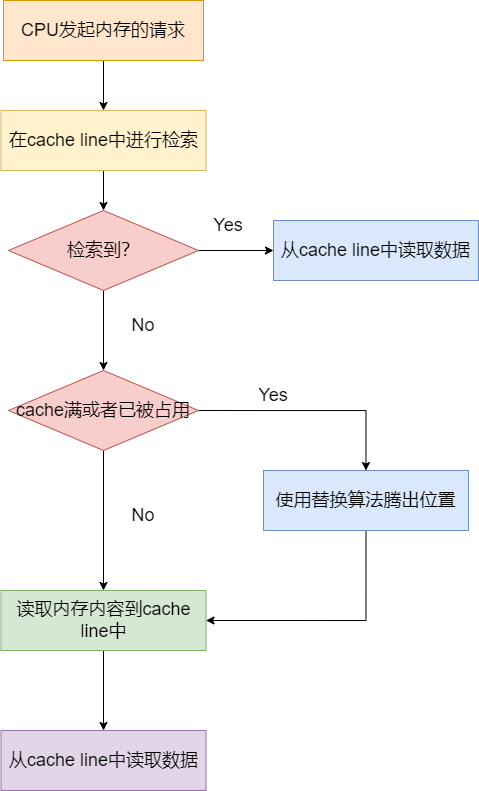
This is blog/Linux/application-dev/CPU-cache-mesi/single_cpu_read.png from zgjsxx/static-img-repo, a draw.io export, as it was before one commit. Source tidied: cells renumbered, new cells last; positions are measured from the earlier drawing's top-left corner, leaving out a move shared by most shapes. The source it was exported from:
```xml
<mxGraphModel>
  <root>
    <mxCell id="0" />
    <mxCell id="1" parent="0" />
    <mxCell id="2" style="edgeStyle=orthogonalEdgeStyle;rounded=0;jettySize=auto;html=1;exitX=0.5;exitY=1;exitDx=0;exitDy=0;entryX=0.5;entryY=0;entryDx=0;entryDy=0;fontSize=18;" parent="1" edge="1" source="3" target="5">
      <mxGeometry relative="1" as="geometry" />
    </mxCell>
    <mxCell id="3" value="&lt;font style=&quot;font-size: 18px;&quot;&gt;CPU发起内存的请求&lt;/font&gt;" style="rounded=0;whiteSpace=wrap;html=1;fillColor=#ffe6cc;strokeColor=#d79b00;" parent="1" vertex="1">
      <mxGeometry x="2" width="200" height="60" as="geometry" />
    </mxCell>
    <mxCell id="4" style="edgeStyle=orthogonalEdgeStyle;rounded=0;jettySize=auto;html=1;exitX=0.5;exitY=1;exitDx=0;exitDy=0;entryX=0.5;entryY=0;entryDx=0;entryDy=0;fontSize=18;" parent="1" edge="1" source="5" target="8">
      <mxGeometry relative="1" as="geometry" />
    </mxCell>
    <mxCell id="5" value="&lt;span style=&quot;font-size: 18px;&quot;&gt;在cache line中进行检索&lt;/span&gt;" style="rounded=0;whiteSpace=wrap;html=1;fillColor=#fff2cc;strokeColor=#d6b656;" parent="1" vertex="1">
      <mxGeometry x="-0.5" y="110" width="205" height="60" as="geometry" />
    </mxCell>
    <mxCell id="6" style="edgeStyle=orthogonalEdgeStyle;rounded=0;jettySize=auto;html=1;exitX=1;exitY=0.5;exitDx=0;exitDy=0;entryX=0;entryY=0.5;entryDx=0;entryDy=0;fontSize=18;" parent="1" edge="1" source="8" target="9">
      <mxGeometry relative="1" as="geometry" />
    </mxCell>
    <mxCell id="7" style="edgeStyle=orthogonalEdgeStyle;rounded=0;jettySize=auto;html=1;exitX=0.5;exitY=1;exitDx=0;exitDy=0;fontSize=18;entryX=0.5;entryY=0;entryDx=0;entryDy=0;" parent="1" edge="1" source="8" target="12">
      <mxGeometry relative="1" as="geometry" />
    </mxCell>
    <mxCell id="8" value="检索到？" style="rhombus;whiteSpace=wrap;html=1;fontSize=18;fillColor=#f8cecc;strokeColor=#b85450;" parent="1" vertex="1">
      <mxGeometry x="7" y="210" width="190" height="80" as="geometry" />
    </mxCell>
    <mxCell id="9" value="&lt;span style=&quot;font-size: 18px;&quot;&gt;从cache line中读取数据&lt;/span&gt;" style="rounded=0;whiteSpace=wrap;html=1;fillColor=#dae8fc;strokeColor=#6c8ebf;" parent="1" vertex="1">
      <mxGeometry x="272" y="220" width="205" height="60" as="geometry" />
    </mxCell>
    <mxCell id="10" style="edgeStyle=orthogonalEdgeStyle;rounded=0;jettySize=auto;html=1;exitX=0.5;exitY=1;exitDx=0;exitDy=0;entryX=0.5;entryY=0;entryDx=0;entryDy=0;fontSize=18;" parent="1" edge="1" source="12" target="14">
      <mxGeometry relative="1" as="geometry" />
    </mxCell>
    <mxCell id="11" style="edgeStyle=orthogonalEdgeStyle;rounded=0;jettySize=auto;html=1;exitX=1;exitY=0.5;exitDx=0;exitDy=0;fontSize=18;" parent="1" edge="1" source="12" target="16">
      <mxGeometry relative="1" as="geometry" />
    </mxCell>
    <mxCell id="12" value="cache满或者已被占用" style="rhombus;whiteSpace=wrap;html=1;fontSize=18;fillColor=#f8cecc;strokeColor=#b85450;" parent="1" vertex="1">
      <mxGeometry x="7" y="370" width="190" height="80" as="geometry" />
    </mxCell>
    <mxCell id="13" style="edgeStyle=orthogonalEdgeStyle;rounded=0;jettySize=auto;html=1;exitX=0.5;exitY=1;exitDx=0;exitDy=0;entryX=0.5;entryY=0;entryDx=0;entryDy=0;fontSize=18;" parent="1" edge="1" source="14" target="17">
      <mxGeometry relative="1" as="geometry" />
    </mxCell>
    <mxCell id="14" value="&lt;span style=&quot;font-size: 18px;&quot;&gt;读取内存内容到cache line中&lt;/span&gt;" style="rounded=0;whiteSpace=wrap;html=1;fillColor=#d5e8d4;strokeColor=#82b366;" parent="1" vertex="1">
      <mxGeometry x="-0.5" y="590" width="205" height="60" as="geometry" />
    </mxCell>
    <mxCell id="15" style="edgeStyle=orthogonalEdgeStyle;rounded=0;jettySize=auto;html=1;exitX=0.5;exitY=1;exitDx=0;exitDy=0;entryX=1;entryY=0.5;entryDx=0;entryDy=0;fontSize=18;" parent="1" edge="1" source="16" target="14">
      <mxGeometry relative="1" as="geometry" />
    </mxCell>
    <mxCell id="16" value="&lt;span style=&quot;font-size: 18px;&quot;&gt;使用替换算法腾出位置&lt;/span&gt;" style="rounded=0;whiteSpace=wrap;html=1;fillColor=#dae8fc;strokeColor=#6c8ebf;" parent="1" vertex="1">
      <mxGeometry x="262" y="470" width="205" height="60" as="geometry" />
    </mxCell>
    <mxCell id="17" value="&lt;span style=&quot;font-size: 18px;&quot;&gt;从cache line中读取数据&lt;/span&gt;" style="rounded=0;whiteSpace=wrap;html=1;fillColor=#e1d5e7;strokeColor=#9673a6;" parent="1" vertex="1">
      <mxGeometry x="-0.5" y="730" width="205" height="60" as="geometry" />
    </mxCell>
    <mxCell id="18" value="Yes" style="text;strokeColor=none;align=center;fillColor=none;html=1;verticalAlign=middle;whiteSpace=wrap;rounded=0;fontSize=18;" parent="1" vertex="1">
      <mxGeometry x="197" y="210" width="60" height="30" as="geometry" />
    </mxCell>
    <mxCell id="19" value="No" style="text;strokeColor=none;align=center;fillColor=none;html=1;verticalAlign=middle;whiteSpace=wrap;rounded=0;fontSize=18;" parent="1" vertex="1">
      <mxGeometry x="112" y="310" width="60" height="30" as="geometry" />
    </mxCell>
    <mxCell id="20" value="Yes" style="text;strokeColor=none;align=center;fillColor=none;html=1;verticalAlign=middle;whiteSpace=wrap;rounded=0;fontSize=18;" parent="1" vertex="1">
      <mxGeometry x="242" y="380" width="60" height="30" as="geometry" />
    </mxCell>
    <mxCell id="21" value="No" style="text;strokeColor=none;align=center;fillColor=none;html=1;verticalAlign=middle;whiteSpace=wrap;rounded=0;fontSize=18;" parent="1" vertex="1">
      <mxGeometry x="112" y="500" width="60" height="30" as="geometry" />
    </mxCell>
  </root>
</mxGraphModel>
```
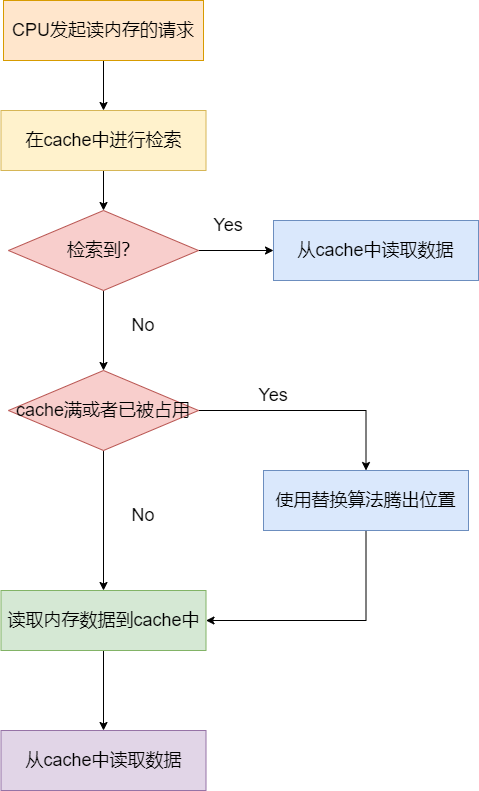
The same diagram one commit later.

Diff of the diagram source:
```diff
@@ -5,13 +5,13 @@
     <mxCell id="2" style="edgeStyle=orthogonalEdgeStyle;rounded=0;jettySize=auto;html=1;exitX=0.5;exitY=1;exitDx=0;exitDy=0;entryX=0.5;entryY=0;entryDx=0;entryDy=0;fontSize=18;" parent="1" edge="1" source="3" target="5">
       <mxGeometry relative="1" as="geometry" />
     </mxCell>
-    <mxCell id="3" value="&lt;font style=&quot;font-size: 18px;&quot;&gt;CPU发起内存的请求&lt;/font&gt;" style="rounded=0;whiteSpace=wrap;html=1;fillColor=#ffe6cc;strokeColor=#d79b00;" parent="1" vertex="1">
+    <mxCell id="3" value="&lt;font style=&quot;font-size: 18px;&quot;&gt;CPU发起读内存的请求&lt;/font&gt;" style="rounded=0;whiteSpace=wrap;html=1;fillColor=#ffe6cc;strokeColor=#d79b00;" parent="1" vertex="1">
       <mxGeometry x="2" width="200" height="60" as="geometry" />
     </mxCell>
     <mxCell id="4" style="edgeStyle=orthogonalEdgeStyle;rounded=0;jettySize=auto;html=1;exitX=0.5;exitY=1;exitDx=0;exitDy=0;entryX=0.5;entryY=0;entryDx=0;entryDy=0;fontSize=18;" parent="1" edge="1" source="5" target="8">
       <mxGeometry relative="1" as="geometry" />
     </mxCell>
-    <mxCell id="5" value="&lt;span style=&quot;font-size: 18px;&quot;&gt;在cache line中进行检索&lt;/span&gt;" style="rounded=0;whiteSpace=wrap;html=1;fillColor=#fff2cc;strokeColor=#d6b656;" parent="1" vertex="1">
+    <mxCell id="5" value="&lt;span style=&quot;font-size: 18px;&quot;&gt;在cache中进行检索&lt;/span&gt;" style="rounded=0;whiteSpace=wrap;html=1;fillColor=#fff2cc;strokeColor=#d6b656;" parent="1" vertex="1">
       <mxGeometry x="-0.5" y="110" width="205" height="60" as="geometry" />
     </mxCell>
     <mxCell id="6" style="edgeStyle=orthogonalEdgeStyle;rounded=0;jettySize=auto;html=1;exitX=1;exitY=0.5;exitDx=0;exitDy=0;entryX=0;entryY=0.5;entryDx=0;entryDy=0;fontSize=18;" parent="1" edge="1" source="8" target="9">
@@ -23,7 +23,7 @@
     <mxCell id="8" value="检索到？" style="rhombus;whiteSpace=wrap;html=1;fontSize=18;fillColor=#f8cecc;strokeColor=#b85450;" parent="1" vertex="1">
       <mxGeometry x="7" y="210" width="190" height="80" as="geometry" />
     </mxCell>
-    <mxCell id="9" value="&lt;span style=&quot;font-size: 18px;&quot;&gt;从cache line中读取数据&lt;/span&gt;" style="rounded=0;whiteSpace=wrap;html=1;fillColor=#dae8fc;strokeColor=#6c8ebf;" parent="1" vertex="1">
+    <mxCell id="9" value="&lt;span style=&quot;font-size: 18px;&quot;&gt;从cache中读取数据&lt;/span&gt;" style="rounded=0;whiteSpace=wrap;html=1;fillColor=#dae8fc;strokeColor=#6c8ebf;" parent="1" vertex="1">
       <mxGeometry x="272" y="220" width="205" height="60" as="geometry" />
     </mxCell>
     <mxCell id="10" style="edgeStyle=orthogonalEdgeStyle;rounded=0;jettySize=auto;html=1;exitX=0.5;exitY=1;exitDx=0;exitDy=0;entryX=0.5;entryY=0;entryDx=0;entryDy=0;fontSize=18;" parent="1" edge="1" source="12" target="14">
@@ -38,7 +38,7 @@
     <mxCell id="13" style="edgeStyle=orthogonalEdgeStyle;rounded=0;jettySize=auto;html=1;exitX=0.5;exitY=1;exitDx=0;exitDy=0;entryX=0.5;entryY=0;entryDx=0;entryDy=0;fontSize=18;" parent="1" edge="1" source="14" target="17">
       <mxGeometry relative="1" as="geometry" />
     </mxCell>
-    <mxCell id="14" value="&lt;span style=&quot;font-size: 18px;&quot;&gt;读取内存内容到cache line中&lt;/span&gt;" style="rounded=0;whiteSpace=wrap;html=1;fillColor=#d5e8d4;strokeColor=#82b366;" parent="1" vertex="1">
+    <mxCell id="14" value="&lt;span style=&quot;font-size: 18px;&quot;&gt;读取内存数据到cache中&lt;/span&gt;" style="rounded=0;whiteSpace=wrap;html=1;fillColor=#d5e8d4;strokeColor=#82b366;" parent="1" vertex="1">
       <mxGeometry x="-0.5" y="590" width="205" height="60" as="geometry" />
     </mxCell>
     <mxCell id="15" style="edgeStyle=orthogonalEdgeStyle;rounded=0;jettySize=auto;html=1;exitX=0.5;exitY=1;exitDx=0;exitDy=0;entryX=1;entryY=0.5;entryDx=0;entryDy=0;fontSize=18;" parent="1" edge="1" source="16" target="14">
@@ -47,7 +47,7 @@
     <mxCell id="16" value="&lt;span style=&quot;font-size: 18px;&quot;&gt;使用替换算法腾出位置&lt;/span&gt;" style="rounded=0;whiteSpace=wrap;html=1;fillColor=#dae8fc;strokeColor=#6c8ebf;" parent="1" vertex="1">
       <mxGeometry x="262" y="470" width="205" height="60" as="geometry" />
     </mxCell>
-    <mxCell id="17" value="&lt;span style=&quot;font-size: 18px;&quot;&gt;从cache line中读取数据&lt;/span&gt;" style="rounded=0;whiteSpace=wrap;html=1;fillColor=#e1d5e7;strokeColor=#9673a6;" parent="1" vertex="1">
+    <mxCell id="17" value="&lt;span style=&quot;font-size: 18px;&quot;&gt;从cache中读取数据&lt;/span&gt;" style="rounded=0;whiteSpace=wrap;html=1;fillColor=#e1d5e7;strokeColor=#9673a6;" parent="1" vertex="1">
       <mxGeometry x="-0.5" y="730" width="205" height="60" as="geometry" />
     </mxCell>
     <mxCell id="18" value="Yes" style="text;strokeColor=none;align=center;fillColor=none;html=1;verticalAlign=middle;whiteSpace=wrap;rounded=0;fontSize=18;" parent="1" vertex="1">
```
